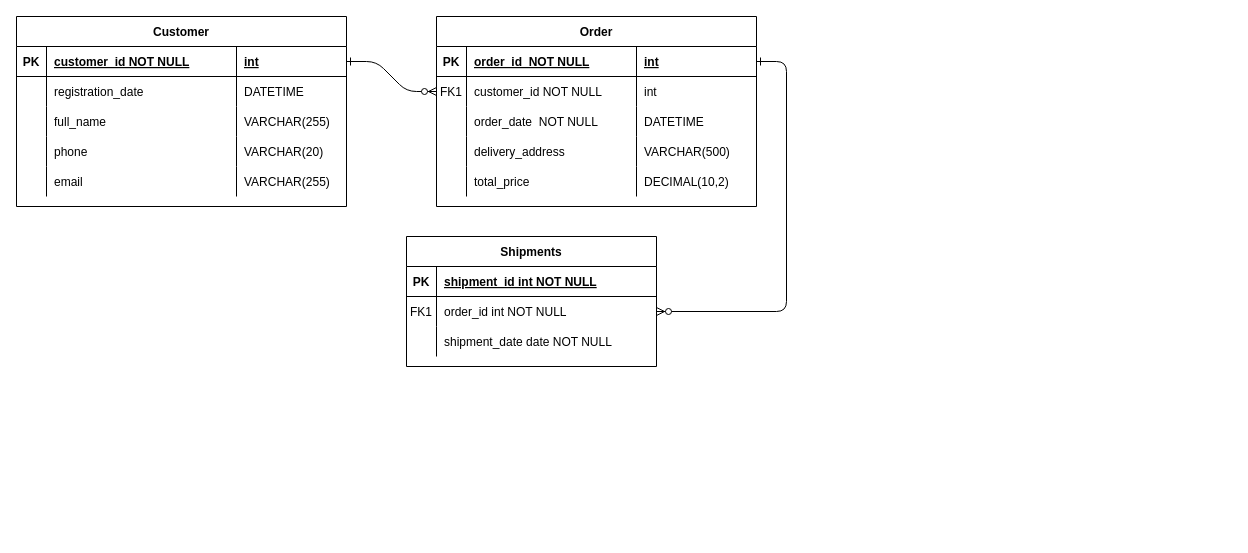
The draw.io diagram 3NF Core data layer.drawio in SofiyaBrodnikova/-educational, before the edit. Source tidied: cells renumbered, new cells numbered last; positions are measured from the earlier drawing's top-left corner, leaving out a move shared by most shapes. Both pictures are drawn from the tidied source at 100%, with x=0, y=0 at pixel (16, 16).
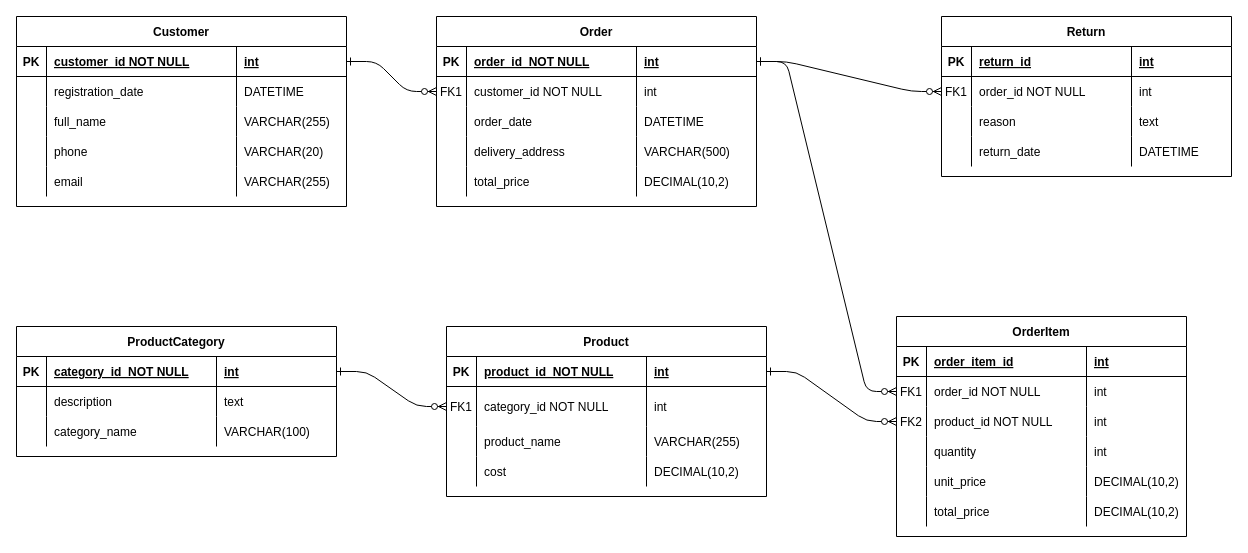
Above is the later version.

Unchanged cells that the change refers to:
```xml
<mxCell id="36" style="shape=partialRectangle;fillColor=none;points=[[0,0.5],[1,0.5]];portConstraint=eastwest;top=0;left=0;right=0;bottom=1;" parent="35" vertex="1">
  <mxGeometry y="30" width="320" height="30" as="geometry" />
</mxCell>
<mxCell id="44" style="shape=partialRectangle;fillColor=none;top=0;left=0;right=0;bottom=0;" parent="35" vertex="1">
  <mxGeometry y="90" width="320" height="30" as="geometry" />
</mxCell>
```

Change to the diagram source:
```diff
@@
-    <mxCell id="3" style="edgeStyle=entityRelationEdgeStyle;endArrow=ERzeroToMany;startArrow=ERone;endFill=1;startFill=0;" parent="1" edge="1" source="36" target="8">
+    <mxCell id="3" style="edgeStyle=entityRelationEdgeStyle;endArrow=ERzeroToMany;startArrow=ERone;endFill=1;startFill=0;entryX=0;entryY=0.5;entryDx=0;entryDy=0;" parent="1" edge="1" source="36" target="8">
       <mxGeometry relative="1" as="geometry" />
     </mxCell>
-    <mxCell id="4" value="Shipments" style="shape=table;startSize=30;childLayout=tableLayout;rowLines=0;fontStyle=1;align=center;" parent="1" vertex="1">
-      <mxGeometry x="390" y="220" width="250" height="130" as="geometry" />
+    <mxCell id="4" value="OrderItem" style="shape=table;startSize=30;childLayout=tableLayout;rowLines=0;fontStyle=1;align=center;" parent="1" vertex="1">
+      <mxGeometry x="880" y="300" width="290" height="220" as="geometry" />
     </mxCell>
     <mxCell id="5" style="shape=partialRectangle;fillColor=none;top=0;left=0;right=0;bottom=1;" parent="4" vertex="1">
-      <mxGeometry y="30" width="250" height="30" as="geometry" />
+      <mxGeometry y="30" width="290" height="30" as="geometry" />
     </mxCell>
@@
-    <mxCell id="7" value="shipment_id int NOT NULL " style="shape=partialRectangle;overflow=hidden;fillColor=none;top=0;left=0;bottom=0;right=0;align=left;spacingLeft=6;fontStyle=5;" parent="5" vertex="1">
-      <mxGeometry x="30" width="220" height="30" as="geometry" />
+    <mxCell id="7" value="order_item_id " style="shape=partialRectangle;overflow=hidden;fillColor=none;top=0;left=0;bottom=0;right=0;align=left;spacingLeft=6;fontStyle=5;" parent="5" vertex="1">
+      <mxGeometry x="30" width="160" height="30" as="geometry" />
     </mxCell>
+    <mxCell id="56" value="int" style="shape=partialRectangle;overflow=hidden;fillColor=none;top=0;left=0;bottom=0;right=0;align=left;spacingLeft=6;fontStyle=5;" parent="5" vertex="1">
+      <mxGeometry x="190" width="100" height="30" as="geometry" />
+    </mxCell>
     <mxCell id="8" style="shape=partialRectangle;fillColor=none;points=[[0,0.5],[1,0.5]];portConstraint=eastwest;top=0;left=0;right=0;bottom=0;" parent="4" vertex="1">
-      <mxGeometry y="60" width="250" height="30" as="geometry" />
+      <mxGeometry y="60" width="290" height="30" as="geometry" />
     </mxCell>
@@
-    <mxCell id="10" value="order_id int NOT NULL" style="shape=partialRectangle;overflow=hidden;fillColor=none;top=0;left=0;bottom=0;right=0;align=left;spacingLeft=6;" parent="8" vertex="1">
-      <mxGeometry x="30" width="220" height="30" as="geometry" />
+    <mxCell id="10" value="order_id NOT NULL" style="shape=partialRectangle;overflow=hidden;fillColor=none;top=0;left=0;bottom=0;right=0;align=left;spacingLeft=6;" parent="8" vertex="1">
+      <mxGeometry x="30" width="160" height="30" as="geometry" />
     </mxCell>
+    <mxCell id="57" value="int" style="shape=partialRectangle;overflow=hidden;fillColor=none;top=0;left=0;bottom=0;right=0;align=left;spacingLeft=6;" parent="8" vertex="1">
+      <mxGeometry x="190" width="100" height="30" as="geometry" />
+    </mxCell>
     <mxCell id="11" style="shape=partialRectangle;fillColor=none;points=[[0,0.5],[1,0.5]];portConstraint=eastwest;top=0;left=0;right=0;bottom=0;" parent="4" vertex="1">
-      <mxGeometry y="90" width="250" height="30" as="geometry" />
+      <mxGeometry y="90" width="290" height="30" as="geometry" />
     </mxCell>
-    <mxCell id="12" style="shape=partialRectangle;overflow=hidden;fillColor=none;top=0;left=0;bottom=0;right=0;" parent="11" vertex="1">
+    <mxCell id="12" value="FK2" style="shape=partialRectangle;overflow=hidden;fillColor=none;top=0;left=0;bottom=0;right=0;" parent="11" vertex="1">
       <mxGeometry width="30" height="30" as="geometry" />
     </mxCell>
-    <mxCell id="13" value="shipment_date date NOT NULL" style="shape=partialRectangle;overflow=hidden;fillColor=none;top=0;left=0;bottom=0;right=0;align=left;spacingLeft=6;" parent="11" vertex="1">
-      <mxGeometry x="30" width="220" height="30" as="geometry" />
+    <mxCell id="13" value="product_id NOT NULL" style="shape=partialRectangle;overflow=hidden;fillColor=none;top=0;left=0;bottom=0;right=0;align=left;spacingLeft=6;" parent="11" vertex="1">
+      <mxGeometry x="30" width="160" height="30" as="geometry" />
     </mxCell>
+    <mxCell id="58" value="int" style="shape=partialRectangle;overflow=hidden;fillColor=none;top=0;left=0;bottom=0;right=0;align=left;spacingLeft=6;" parent="11" vertex="1">
+      <mxGeometry x="190" width="100" height="30" as="geometry" />
+    </mxCell>
+    <mxCell id="59" style="shape=partialRectangle;fillColor=none;top=0;left=0;right=0;bottom=0;" parent="4" vertex="1">
+      <mxGeometry y="120" width="290" height="30" as="geometry" />
+    </mxCell>
+    <mxCell id="60" style="shape=partialRectangle;overflow=hidden;fillColor=none;top=0;left=0;bottom=0;right=0;" parent="59" vertex="1">
+      <mxGeometry width="30" height="30" as="geometry" />
+    </mxCell>
+    <mxCell id="61" value="quantity" style="shape=partialRectangle;overflow=hidden;fillColor=none;top=0;left=0;bottom=0;right=0;align=left;spacingLeft=6;" parent="59" vertex="1">
+      <mxGeometry x="30" width="160" height="30" as="geometry" />
+    </mxCell>
+    <mxCell id="62" value="int" style="shape=partialRectangle;overflow=hidden;fillColor=none;top=0;left=0;bottom=0;right=0;align=left;spacingLeft=6;" parent="59" vertex="1">
+      <mxGeometry x="190" width="100" height="30" as="geometry" />
+    </mxCell>
+    <mxCell id="63" style="shape=partialRectangle;fillColor=none;top=0;left=0;right=0;bottom=0;" parent="4" vertex="1">
+      <mxGeometry y="150" width="290" height="30" as="geometry" />
+    </mxCell>
+    <mxCell id="64" style="shape=partialRectangle;overflow=hidden;fillColor=none;top=0;left=0;bottom=0;right=0;" parent="63" vertex="1">
+      <mxGeometry width="30" height="30" as="geometry" />
+    </mxCell>
+    <mxCell id="65" value="unit_price" style="shape=partialRectangle;overflow=hidden;fillColor=none;top=0;left=0;bottom=0;right=0;align=left;spacingLeft=6;" parent="63" vertex="1">
+      <mxGeometry x="30" width="160" height="30" as="geometry" />
+    </mxCell>
+    <mxCell id="66" value="DECIMAL(10,2)" style="shape=partialRectangle;overflow=hidden;fillColor=none;top=0;left=0;bottom=0;right=0;align=left;spacingLeft=6;" parent="63" vertex="1">
+      <mxGeometry x="190" width="100" height="30" as="geometry" />
+    </mxCell>
+    <mxCell id="67" style="shape=partialRectangle;fillColor=none;top=0;left=0;right=0;bottom=0;" parent="4" vertex="1">
+      <mxGeometry y="180" width="290" height="30" as="geometry" />
+    </mxCell>
+    <mxCell id="68" style="shape=partialRectangle;overflow=hidden;fillColor=none;top=0;left=0;bottom=0;right=0;" parent="67" vertex="1">
+      <mxGeometry width="30" height="30" as="geometry" />
+    </mxCell>
+    <mxCell id="69" value="total_price" style="shape=partialRectangle;overflow=hidden;fillColor=none;top=0;left=0;bottom=0;right=0;align=left;spacingLeft=6;" parent="67" vertex="1">
+      <mxGeometry x="30" width="160" height="30" as="geometry" />
+    </mxCell>
+    <mxCell id="70" value="DECIMAL(10,2)" style="shape=partialRectangle;overflow=hidden;fillColor=none;top=0;left=0;bottom=0;right=0;align=left;spacingLeft=6;" parent="67" vertex="1">
+      <mxGeometry x="190" width="100" height="30" as="geometry" />
+    </mxCell>
@@
-    <mxCell id="46" value="order_date  NOT NULL" style="shape=partialRectangle;overflow=hidden;fillColor=none;top=0;left=0;bottom=0;right=0;align=left;spacingLeft=6;" parent="44" vertex="1">
+    <mxCell id="46" value="order_date " style="shape=partialRectangle;overflow=hidden;fillColor=none;top=0;left=0;bottom=0;right=0;align=left;spacingLeft=6;" parent="44" vertex="1">
       <mxGeometry x="30" width="170" height="30" as="geometry" />
     </mxCell>
@@
+    <mxCell id="71" value="Return" style="shape=table;startSize=30;childLayout=tableLayout;rowLines=0;fontStyle=1;align=center;" parent="1" vertex="1">
+      <mxGeometry x="925" width="290" height="160" as="geometry" />
+    </mxCell>
+    <mxCell id="72" style="shape=partialRectangle;fillColor=none;top=0;left=0;right=0;bottom=1;" parent="71" vertex="1">
+      <mxGeometry y="30" width="290" height="30" as="geometry" />
+    </mxCell>
+    <mxCell id="73" value="PK" style="shape=partialRectangle;overflow=hidden;fillColor=none;top=0;left=0;bottom=0;right=0;fontStyle=1;" parent="72" vertex="1">
+      <mxGeometry width="30" height="30" as="geometry" />
+    </mxCell>
+    <mxCell id="74" value="return_id " style="shape=partialRectangle;overflow=hidden;fillColor=none;top=0;left=0;bottom=0;right=0;align=left;spacingLeft=6;fontStyle=5;" parent="72" vertex="1">
+      <mxGeometry x="30" width="160" height="30" as="geometry" />
+    </mxCell>
+    <mxCell id="75" value="int" style="shape=partialRectangle;overflow=hidden;fillColor=none;top=0;left=0;bottom=0;right=0;align=left;spacingLeft=6;fontStyle=5;" parent="72" vertex="1">
+      <mxGeometry x="190" width="100" height="30" as="geometry" />
+    </mxCell>
+    <mxCell id="76" style="shape=partialRectangle;fillColor=none;points=[[0,0.5],[1,0.5]];portConstraint=eastwest;top=0;left=0;right=0;bottom=0;" parent="71" vertex="1">
+      <mxGeometry y="60" width="290" height="30" as="geometry" />
+    </mxCell>
+    <mxCell id="77" value="FK1" style="shape=partialRectangle;overflow=hidden;fillColor=none;top=0;left=0;bottom=0;right=0;" parent="76" vertex="1">
+      <mxGeometry width="30" height="30" as="geometry" />
+    </mxCell>
+    <mxCell id="78" value="order_id NOT NULL" style="shape=partialRectangle;overflow=hidden;fillColor=none;top=0;left=0;bottom=0;right=0;align=left;spacingLeft=6;" parent="76" vertex="1">
+      <mxGeometry x="30" width="160" height="30" as="geometry" />
+    </mxCell>
+    <mxCell id="79" value="int" style="shape=partialRectangle;overflow=hidden;fillColor=none;top=0;left=0;bottom=0;right=0;align=left;spacingLeft=6;" parent="76" vertex="1">
+      <mxGeometry x="190" width="100" height="30" as="geometry" />
+    </mxCell>
+    <mxCell id="80" style="shape=partialRectangle;fillColor=none;top=0;left=0;right=0;bottom=0;" parent="71" vertex="1">
+      <mxGeometry y="90" width="290" height="30" as="geometry" />
+    </mxCell>
+    <mxCell id="81" style="shape=partialRectangle;overflow=hidden;fillColor=none;top=0;left=0;bottom=0;right=0;" parent="80" vertex="1">
+      <mxGeometry width="30" height="30" as="geometry" />
+    </mxCell>
+    <mxCell id="82" value="reason" style="shape=partialRectangle;overflow=hidden;fillColor=none;top=0;left=0;bottom=0;right=0;align=left;spacingLeft=6;" parent="80" vertex="1">
+      <mxGeometry x="30" width="160" height="30" as="geometry" />
+    </mxCell>
+    <mxCell id="83" value="text" style="shape=partialRectangle;overflow=hidden;fillColor=none;top=0;left=0;bottom=0;right=0;align=left;spacingLeft=6;" parent="80" vertex="1">
+      <mxGeometry x="190" width="100" height="30" as="geometry" />
+    </mxCell>
+    <mxCell id="84" style="shape=partialRectangle;fillColor=none;top=0;left=0;right=0;bottom=0;" parent="71" vertex="1">
+      <mxGeometry y="120" width="290" height="30" as="geometry" />
+    </mxCell>
+    <mxCell id="85" style="shape=partialRectangle;overflow=hidden;fillColor=none;top=0;left=0;bottom=0;right=0;" parent="84" vertex="1">
+      <mxGeometry width="30" height="30" as="geometry" />
+    </mxCell>
+    <mxCell id="86" value="return_date" style="shape=partialRectangle;overflow=hidden;fillColor=none;top=0;left=0;bottom=0;right=0;align=left;spacingLeft=6;" parent="84" vertex="1">
+      <mxGeometry x="30" width="160" height="30" as="geometry" />
+    </mxCell>
+    <mxCell id="87" value="DATETIME" style="shape=partialRectangle;overflow=hidden;fillColor=none;top=0;left=0;bottom=0;right=0;align=left;spacingLeft=6;" parent="84" vertex="1">
+      <mxGeometry x="190" width="100" height="30" as="geometry" />
+    </mxCell>
+    <mxCell id="88" style="edgeStyle=entityRelationEdgeStyle;endArrow=ERzeroToMany;startArrow=ERone;endFill=1;startFill=0;exitX=1;exitY=0.5;exitDx=0;exitDy=0;entryX=0;entryY=0.5;entryDx=0;entryDy=0;" parent="1" edge="1" source="36" target="76">
+      <mxGeometry relative="1" as="geometry">
+        <Array as="points">
+          <mxPoint x="1000" y="100" />
+          <mxPoint x="1010" y="20" />
+          <mxPoint x="1050" y="30" />
+        </Array>
+      </mxGeometry>
+    </mxCell>
+    <mxCell id="89" value="ProductCategory" style="shape=table;startSize=30;childLayout=tableLayout;rowLines=0;fontStyle=1;align=center;" parent="1" vertex="1">
+      <mxGeometry y="310" width="320" height="130" as="geometry" />
+    </mxCell>
+    <mxCell id="90" style="shape=partialRectangle;fillColor=none;points=[[0,0.5],[1,0.5]];portConstraint=eastwest;top=0;left=0;right=0;bottom=1;" parent="89" vertex="1">
+      <mxGeometry y="30" width="320" height="30" as="geometry" />
+    </mxCell>
+    <mxCell id="91" value="PK" style="shape=partialRectangle;overflow=hidden;fillColor=none;top=0;left=0;bottom=0;right=0;fontStyle=1;" parent="90" vertex="1">
+      <mxGeometry width="30" height="30" as="geometry" />
+    </mxCell>
+    <mxCell id="92" value="category_id  NOT NULL " style="shape=partialRectangle;overflow=hidden;fillColor=none;top=0;left=0;bottom=0;right=0;align=left;spacingLeft=6;fontStyle=5;" parent="90" vertex="1">
+      <mxGeometry x="30" width="170" height="30" as="geometry" />
+    </mxCell>
+    <mxCell id="93" value="int" style="shape=partialRectangle;overflow=hidden;fillColor=none;top=0;left=0;bottom=0;right=0;align=left;spacingLeft=6;fontStyle=5;" parent="90" vertex="1">
+      <mxGeometry x="200" width="120" height="30" as="geometry" />
+    </mxCell>
+    <mxCell id="94" style="shape=partialRectangle;fillColor=none;top=0;left=0;right=0;bottom=0;" parent="89" vertex="1">
+      <mxGeometry y="60" width="320" height="30" as="geometry" />
+    </mxCell>
+    <mxCell id="95" style="shape=partialRectangle;overflow=hidden;fillColor=none;top=0;left=0;bottom=0;right=0;" parent="94" vertex="1">
+      <mxGeometry width="30" height="30" as="geometry" />
+    </mxCell>
+    <mxCell id="96" value="description" style="shape=partialRectangle;overflow=hidden;fillColor=none;top=0;left=0;bottom=0;right=0;align=left;spacingLeft=6;" parent="94" vertex="1">
+      <mxGeometry x="30" width="170" height="30" as="geometry" />
+    </mxCell>
+    <mxCell id="97" value="text" style="shape=partialRectangle;overflow=hidden;fillColor=none;top=0;left=0;bottom=0;right=0;align=left;spacingLeft=6;" parent="94" vertex="1">
+      <mxGeometry x="200" width="120" height="30" as="geometry" />
+    </mxCell>
+    <mxCell id="98" style="shape=partialRectangle;fillColor=none;top=0;left=0;right=0;bottom=0;" parent="89" vertex="1">
+      <mxGeometry y="90" width="320" height="30" as="geometry" />
+    </mxCell>
+    <mxCell id="99" style="shape=partialRectangle;overflow=hidden;fillColor=none;top=0;left=0;bottom=0;right=0;" parent="98" vertex="1">
+      <mxGeometry width="30" height="30" as="geometry" />
+    </mxCell>
+    <mxCell id="100" value="category_name" style="shape=partialRectangle;overflow=hidden;fillColor=none;top=0;left=0;bottom=0;right=0;align=left;spacingLeft=6;" parent="98" vertex="1">
+      <mxGeometry x="30" width="170" height="30" as="geometry" />
+    </mxCell>
+    <mxCell id="101" value="VARCHAR(100)" style="shape=partialRectangle;overflow=hidden;fillColor=none;top=0;left=0;bottom=0;right=0;align=left;spacingLeft=6;" parent="98" vertex="1">
+      <mxGeometry x="200" width="120" height="30" as="geometry" />
+    </mxCell>
+    <mxCell id="102" value="Product" style="shape=table;startSize=30;childLayout=tableLayout;rowLines=0;fontStyle=1;align=center;" parent="1" vertex="1">
+      <mxGeometry x="430" y="310" width="320" height="170" as="geometry" />
+    </mxCell>
+    <mxCell id="103" style="shape=partialRectangle;fillColor=none;points=[[0,0.5],[1,0.5]];portConstraint=eastwest;top=0;left=0;right=0;bottom=1;" parent="102" vertex="1">
+      <mxGeometry y="30" width="320" height="30" as="geometry" />
+    </mxCell>
+    <mxCell id="104" value="PK" style="shape=partialRectangle;overflow=hidden;fillColor=none;top=0;left=0;bottom=0;right=0;fontStyle=1;" parent="103" vertex="1">
+      <mxGeometry width="30" height="30" as="geometry" />
+    </mxCell>
+    <mxCell id="105" value="product_id  NOT NULL " style="shape=partialRectangle;overflow=hidden;fillColor=none;top=0;left=0;bottom=0;right=0;align=left;spacingLeft=6;fontStyle=5;" parent="103" vertex="1">
+      <mxGeometry x="30" width="170" height="30" as="geometry" />
+    </mxCell>
+    <mxCell id="106" value="int" style="shape=partialRectangle;overflow=hidden;fillColor=none;top=0;left=0;bottom=0;right=0;align=left;spacingLeft=6;fontStyle=5;" parent="103" vertex="1">
+      <mxGeometry x="200" width="120" height="30" as="geometry" />
+    </mxCell>
+    <mxCell id="107" style="shape=partialRectangle;fillColor=none;points=[[0,0.5],[1,0.5]];portConstraint=eastwest;top=0;left=0;right=0;bottom=0;" parent="102" vertex="1">
+      <mxGeometry y="60" width="320" height="40" as="geometry" />
+    </mxCell>
+    <mxCell id="108" value="FK1" style="shape=partialRectangle;overflow=hidden;fillColor=none;top=0;left=0;bottom=0;right=0;" parent="107" vertex="1">
+      <mxGeometry width="30" height="40" as="geometry" />
+    </mxCell>
+    <mxCell id="109" value="category_id NOT NULL" style="shape=partialRectangle;overflow=hidden;fillColor=none;top=0;left=0;bottom=0;right=0;align=left;spacingLeft=6;" parent="107" vertex="1">
+      <mxGeometry x="30" width="170" height="40" as="geometry" />
+    </mxCell>
+    <mxCell id="110" value="int" style="shape=partialRectangle;overflow=hidden;fillColor=none;top=0;left=0;bottom=0;right=0;align=left;spacingLeft=6;" parent="107" vertex="1">
+      <mxGeometry x="200" width="120" height="40" as="geometry" />
+    </mxCell>
+    <mxCell id="111" style="shape=partialRectangle;fillColor=none;top=0;left=0;right=0;bottom=0;" parent="102" vertex="1">
+      <mxGeometry y="100" width="320" height="30" as="geometry" />
+    </mxCell>
+    <mxCell id="112" style="shape=partialRectangle;overflow=hidden;fillColor=none;top=0;left=0;bottom=0;right=0;" parent="111" vertex="1">
+      <mxGeometry width="30" height="30" as="geometry" />
+    </mxCell>
+    <mxCell id="113" value="product_name" style="shape=partialRectangle;overflow=hidden;fillColor=none;top=0;left=0;bottom=0;right=0;align=left;spacingLeft=6;" parent="111" vertex="1">
+      <mxGeometry x="30" width="170" height="30" as="geometry" />
+    </mxCell>
+    <mxCell id="114" value="VARCHAR(255)" style="shape=partialRectangle;overflow=hidden;fillColor=none;top=0;left=0;bottom=0;right=0;align=left;spacingLeft=6;" parent="111" vertex="1">
+      <mxGeometry x="200" width="120" height="30" as="geometry" />
+    </mxCell>
+    <mxCell id="115" style="shape=partialRectangle;fillColor=none;top=0;left=0;right=0;bottom=0;" parent="102" vertex="1">
+      <mxGeometry y="130" width="320" height="30" as="geometry" />
+    </mxCell>
+    <mxCell id="116" style="shape=partialRectangle;overflow=hidden;fillColor=none;top=0;left=0;bottom=0;right=0;" parent="115" vertex="1">
+      <mxGeometry width="30" height="30" as="geometry" />
+    </mxCell>
+    <mxCell id="117" value="cost" style="shape=partialRectangle;overflow=hidden;fillColor=none;top=0;left=0;bottom=0;right=0;align=left;spacingLeft=6;" parent="115" vertex="1">
+      <mxGeometry x="30" width="170" height="30" as="geometry" />
+    </mxCell>
+    <mxCell id="118" value="DECIMAL(10,2)" style="shape=partialRectangle;overflow=hidden;fillColor=none;top=0;left=0;bottom=0;right=0;align=left;spacingLeft=6;" parent="115" vertex="1">
+      <mxGeometry x="200" width="120" height="30" as="geometry" />
+    </mxCell>
+    <mxCell id="119" style="edgeStyle=entityRelationEdgeStyle;endArrow=ERzeroToMany;startArrow=ERone;endFill=1;startFill=0;exitX=1;exitY=0.5;exitDx=0;exitDy=0;entryX=0;entryY=0.5;entryDx=0;entryDy=0;" parent="1" edge="1" source="90" target="107">
+      <mxGeometry relative="1" as="geometry" />
+    </mxCell>
+    <mxCell id="120" style="edgeStyle=entityRelationEdgeStyle;endArrow=ERzeroToMany;startArrow=ERone;endFill=1;startFill=0;entryX=0;entryY=0.5;entryDx=0;entryDy=0;exitX=1;exitY=0.5;exitDx=0;exitDy=0;" parent="1" edge="1" source="103" target="11">
+      <mxGeometry relative="1" as="geometry" />
+    </mxCell>
```
